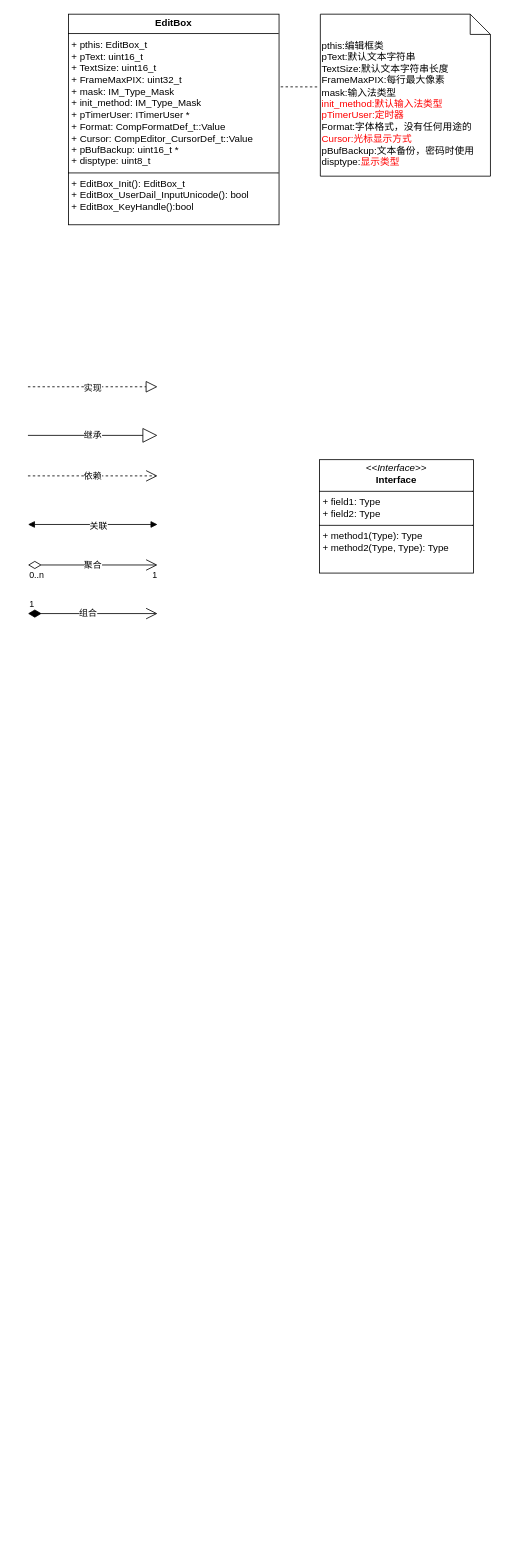
Above: 输入法.drawio in liyunhao2/technology (draw.io), before the change. Source tidied: cells renumbered, new cells numbered last; positions are measured from the earlier drawing's top-left corner, leaving out a move shared by most shapes. Both pictures are drawn from the tidied source at 81%, with x=0, y=0 at pixel (28, 14).
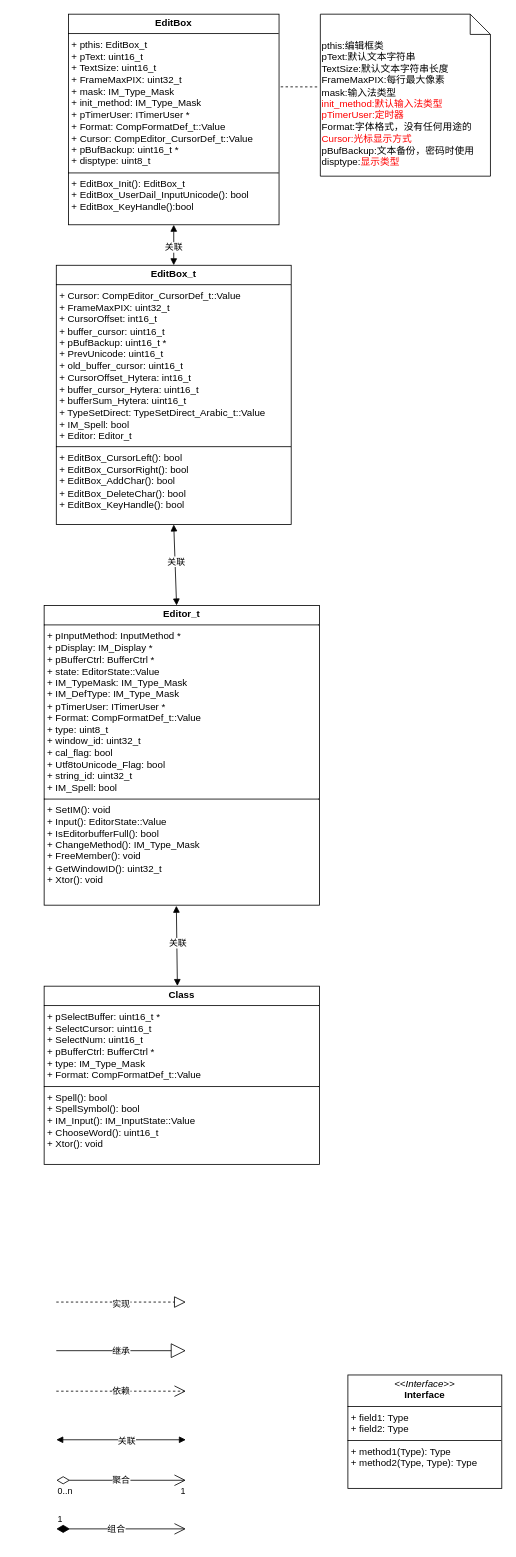
After the change.

Commit message (it also covers changes not shown here):
更新输入法.drawio

Unchanged cells that the change refers to:
```xml
<mxCell id="2" value="&lt;p style=&quot;margin:0px;margin-top:4px;text-align:center;&quot;&gt;&lt;b&gt;EditBox&lt;/b&gt;&lt;/p&gt;&lt;hr size=&quot;1&quot; style=&quot;border-style:solid;&quot;&gt;&lt;p style=&quot;margin:0px;margin-left:4px;&quot;&gt;+ pthis: EditBox_t&lt;/p&gt;&lt;p style=&quot;margin:0px;margin-left:4px;&quot;&gt;+&amp;nbsp;pText:&amp;nbsp;uint16_t&lt;/p&gt;&lt;p style=&quot;margin:0px;margin-left:4px;&quot;&gt;+ TextSize:&amp;nbsp;uint16_t&lt;/p&gt;&lt;p style=&quot;margin:0px;margin-left:4px;&quot;&gt;+ FrameMaxPIX:&amp;nbsp;uint32_t&lt;br&gt;&lt;/p&gt;&lt;p style=&quot;margin:0px;margin-left:4px;&quot;&gt;+ mask:&amp;nbsp;IM_Type_Mask&lt;br&gt;&lt;/p&gt;&lt;p style=&quot;margin:0px;margin-left:4px;&quot;&gt;+ init_method:&amp;nbsp;IM_Type_Mask&lt;br&gt;&lt;/p&gt;&lt;p style=&quot;margin:0px;margin-left:4px;&quot;&gt;+ pTimerUser:&amp;nbsp;ITimerUser *&lt;br&gt;&lt;/p&gt;&lt;p style=&quot;margin:0px;margin-left:4px;&quot;&gt;+ Format:&amp;nbsp;CompFormatDef_t::Value&lt;br&gt;&lt;/p&gt;&lt;p style=&quot;margin:0px;margin-left:4px;&quot;&gt;+ Cursor:&amp;nbsp;CompEditor_CursorDef_t::Value&lt;br&gt;&lt;/p&gt;&lt;p style=&quot;margin:0px;margin-left:4px;&quot;&gt;+ pBufBackup:&amp;nbsp;uint16_t *&lt;br&gt;&lt;/p&gt;&lt;p style=&quot;margin:0px;margin-left:4px;&quot;&gt;+ disptype:&amp;nbsp;uint8_t&lt;/p&gt;&lt;hr size=&quot;1&quot; style=&quot;border-style:solid;&quot;&gt;&lt;p style=&quot;margin:0px;margin-left:4px;&quot;&gt;+ EditBox_Init(): EditBox_t&lt;/p&gt;&lt;p style=&quot;margin:0px;margin-left:4px;&quot;&gt;+ EditBox_UserDail_InputUnicode(): bool&lt;/p&gt;&lt;p style=&quot;margin:0px;margin-left:4px;&quot;&gt;+ EditBox_KeyHandle():bool&lt;/p&gt;" style="verticalAlign=top;align=left;overflow=fill;html=1;whiteSpace=wrap;" parent="1" vertex="1">
  <mxGeometry x="50" width="260" height="260" as="geometry" />
</mxCell>
```

Change to the diagram source:
```diff
@@
     <mxCell id="3" value="&lt;p style=&quot;margin:0px;margin-top:4px;text-align:center;&quot;&gt;&lt;i&gt;&amp;lt;&amp;lt;Interface&amp;gt;&amp;gt;&lt;/i&gt;&lt;br/&gt;&lt;b&gt;Interface&lt;/b&gt;&lt;/p&gt;&lt;hr size=&quot;1&quot; style=&quot;border-style:solid;&quot;/&gt;&lt;p style=&quot;margin:0px;margin-left:4px;&quot;&gt;+ field1: Type&lt;br/&gt;+ field2: Type&lt;/p&gt;&lt;hr size=&quot;1&quot; style=&quot;border-style:solid;&quot;/&gt;&lt;p style=&quot;margin:0px;margin-left:4px;&quot;&gt;+ method1(Type): Type&lt;br/&gt;+ method2(Type, Type): Type&lt;/p&gt;" style="verticalAlign=top;align=left;overflow=fill;html=1;whiteSpace=wrap;" parent="1" vertex="1">
-      <mxGeometry x="360" y="550" width="190" height="140" as="geometry" />
+      <mxGeometry x="395" y="1680" width="190" height="140" as="geometry" />
     </mxCell>
     <mxCell id="4" style="endArrow=block;dashed=1;endFill=0;endSize=12;html=1;rounded=0;" parent="1" edge="1">
       <mxGeometry relative="1" as="geometry">
-        <mxPoint y="460" as="sourcePoint" />
-        <mxPoint x="160" y="460" as="targetPoint" />
+        <mxPoint x="35" y="1590" as="sourcePoint" />
+        <mxPoint x="195" y="1590" as="targetPoint" />
       </mxGeometry>
     </mxCell>
@@
     <mxCell id="6" value="继承" style="endArrow=block;endSize=16;endFill=0;html=1;rounded=0;" parent="1" edge="1">
       <mxGeometry relative="1" as="geometry">
-        <mxPoint y="520" as="sourcePoint" />
-        <mxPoint x="160" y="520" as="targetPoint" />
+        <mxPoint x="35" y="1650" as="sourcePoint" />
+        <mxPoint x="195" y="1650" as="targetPoint" />
       </mxGeometry>
     </mxCell>
     <mxCell id="7" value="依赖" style="endArrow=open;endSize=12;dashed=1;html=1;rounded=0;" parent="1" edge="1">
       <mxGeometry relative="1" as="geometry">
-        <mxPoint y="570" as="sourcePoint" />
-        <mxPoint x="160" y="570" as="targetPoint" />
+        <mxPoint x="35" y="1700" as="sourcePoint" />
+        <mxPoint x="195" y="1700" as="targetPoint" />
       </mxGeometry>
     </mxCell>
     <mxCell id="8" style="endArrow=block;startArrow=block;endFill=1;startFill=1;html=1;rounded=0;" parent="1" edge="1">
       <mxGeometry relative="1" as="geometry">
-        <mxPoint y="630" as="sourcePoint" />
-        <mxPoint x="160" y="630" as="targetPoint" />
+        <mxPoint x="35" y="1760" as="sourcePoint" />
+        <mxPoint x="195" y="1760" as="targetPoint" />
       </mxGeometry>
     </mxCell>
@@
     <mxCell id="10" value="1" style="endArrow=open;html=1;endSize=12;startArrow=diamondThin;startSize=14;startFill=1;edgeStyle=orthogonalEdgeStyle;align=left;verticalAlign=bottom;rounded=0;" parent="1" edge="1">
       <mxGeometry x="-1" y="3" relative="1" as="geometry">
-        <mxPoint y="740" as="sourcePoint" />
-        <mxPoint x="160" y="740" as="targetPoint" />
+        <mxPoint x="35" y="1870" as="sourcePoint" />
+        <mxPoint x="195" y="1870" as="targetPoint" />
       </mxGeometry>
     </mxCell>
@@
     <mxCell id="12" value="聚合" style="endArrow=open;html=1;endSize=12;startArrow=diamondThin;startSize=14;startFill=0;edgeStyle=orthogonalEdgeStyle;rounded=0;" parent="1" edge="1">
       <mxGeometry relative="1" as="geometry">
-        <mxPoint y="680" as="sourcePoint" />
-        <mxPoint x="160" y="680" as="targetPoint" />
+        <mxPoint x="35" y="1810" as="sourcePoint" />
+        <mxPoint x="195" y="1810" as="targetPoint" />
       </mxGeometry>
     </mxCell>
@@
+    <mxCell id="17" value="&lt;p style=&quot;margin:0px;margin-top:4px;text-align:center;&quot;&gt;&lt;b&gt;EditBox_t&lt;/b&gt;&lt;br&gt;&lt;/p&gt;&lt;hr size=&quot;1&quot; style=&quot;border-style:solid;&quot;&gt;&lt;p style=&quot;margin:0px;margin-left:4px;&quot;&gt;+ Cursor: CompEditor_CursorDef_t::Value&lt;/p&gt;&lt;p style=&quot;margin:0px;margin-left:4px;&quot;&gt;+ FrameMaxPIX: uint32_t&lt;br&gt;&lt;/p&gt;&lt;p style=&quot;margin:0px;margin-left:4px;&quot;&gt;+ CursorOffset: int16_t&lt;br&gt;&lt;/p&gt;&lt;p style=&quot;margin:0px;margin-left:4px;&quot;&gt;+ buffer_cursor: uint16_t&lt;br&gt;&lt;/p&gt;&lt;p style=&quot;margin:0px;margin-left:4px;&quot;&gt;+ pBufBackup: uint16_t *&lt;br&gt;&lt;/p&gt;&lt;p style=&quot;margin:0px;margin-left:4px;&quot;&gt;+ PrevUnicode: uint16_t&lt;br&gt;&lt;/p&gt;&lt;p style=&quot;margin:0px;margin-left:4px;&quot;&gt;+ old_buffer_cursor: uint16_t&lt;br&gt;&lt;/p&gt;&lt;p style=&quot;margin:0px;margin-left:4px;&quot;&gt;+ CursorOffset_Hytera: int16_t&lt;br&gt;&lt;/p&gt;&lt;p style=&quot;margin:0px;margin-left:4px;&quot;&gt;+ buffer_cursor_Hytera: uint16_t&lt;br&gt;&lt;/p&gt;&lt;p style=&quot;margin:0px;margin-left:4px;&quot;&gt;+ bufferSum_Hytera: uint16_t&lt;br&gt;&lt;/p&gt;&lt;p style=&quot;margin:0px;margin-left:4px;&quot;&gt;+ TypeSetDirect: TypeSetDirect_Arabic_t::Value&lt;br&gt;&lt;/p&gt;&lt;p style=&quot;margin:0px;margin-left:4px;&quot;&gt;+ IM_Spell: bool&lt;br&gt;&lt;/p&gt;&lt;p style=&quot;margin:0px;margin-left:4px;&quot;&gt;+ Editor: Editor_t&lt;br&gt;&lt;/p&gt;&lt;hr size=&quot;1&quot; style=&quot;border-style:solid;&quot;&gt;&lt;p style=&quot;margin:0px;margin-left:4px;&quot;&gt;+ EditBox_CursorLeft(): bool&lt;/p&gt;&lt;p style=&quot;margin:0px;margin-left:4px;&quot;&gt;+ EditBox_CursorRight(): bool&lt;br&gt;&lt;/p&gt;&lt;p style=&quot;margin:0px;margin-left:4px;&quot;&gt;+ EditBox_AddChar(): bool&lt;br&gt;&lt;/p&gt;&lt;p style=&quot;margin:0px;margin-left:4px;&quot;&gt;+ EditBox_DeleteChar(): bool&lt;br&gt;&lt;/p&gt;&lt;p style=&quot;margin:0px;margin-left:4px;&quot;&gt;+ EditBox_KeyHandle(): bool&lt;br&gt;&lt;/p&gt;" style="verticalAlign=top;align=left;overflow=fill;html=1;whiteSpace=wrap;" parent="1" vertex="1">
+      <mxGeometry x="35" y="310" width="290" height="320" as="geometry" />
+    </mxCell>
+    <mxCell id="18" style="endArrow=block;startArrow=block;endFill=1;startFill=1;html=1;rounded=0;exitX=0.5;exitY=1;exitDx=0;exitDy=0;entryX=0.5;entryY=0;entryDx=0;entryDy=0;" parent="1" edge="1" source="2" target="17">
+      <mxGeometry relative="1" as="geometry" />
+    </mxCell>
+    <mxCell id="19" value="关联" style="edgeLabel;html=1;align=center;verticalAlign=middle;" parent="18" vertex="1">
+      <mxGeometry x="0.07" y="-1" relative="1" as="geometry" />
+    </mxCell>
+    <mxCell id="20" value="&lt;p style=&quot;margin:0px;margin-top:4px;text-align:center;&quot;&gt;&lt;b&gt;Editor_t&lt;/b&gt;&lt;br&gt;&lt;/p&gt;&lt;hr size=&quot;1&quot; style=&quot;border-style:solid;&quot;&gt;&lt;p style=&quot;margin:0px;margin-left:4px;&quot;&gt;+ pInputMethod: InputMethod *&lt;/p&gt;&lt;p style=&quot;margin:0px;margin-left:4px;&quot;&gt;+ pDisplay: IM_Display *&lt;br&gt;&lt;/p&gt;&lt;p style=&quot;margin: 0px 0px 0px 4px;&quot;&gt;+ pBufferCtrl: BufferCtrl *&lt;/p&gt;&lt;p style=&quot;margin: 0px 0px 0px 4px;&quot;&gt;+ state: EditorState::Value&lt;/p&gt;&lt;p style=&quot;margin: 0px 0px 0px 4px;&quot;&gt;+ IM_TypeMask: IM_Type_Mask&lt;/p&gt;&lt;p style=&quot;margin: 0px 0px 0px 4px;&quot;&gt;+ IM_DefType: IM_Type_Mask&lt;/p&gt;&lt;p style=&quot;margin: 0px 0px 0px 4px;&quot;&gt;+ pTimerUser: ITimerUser *&lt;/p&gt;&lt;p style=&quot;margin: 0px 0px 0px 4px;&quot;&gt;+ Format: CompFormatDef_t::Value&lt;/p&gt;&lt;p style=&quot;margin: 0px 0px 0px 4px;&quot;&gt;+ type: uint8_t&lt;/p&gt;&lt;p style=&quot;margin: 0px 0px 0px 4px;&quot;&gt;+ window_id: uint32_t&lt;/p&gt;&lt;p style=&quot;margin: 0px 0px 0px 4px;&quot;&gt;+ cal_flag: bool&lt;/p&gt;&lt;p style=&quot;margin: 0px 0px 0px 4px;&quot;&gt;+ Utf8toUnicode_Flag: bool&lt;/p&gt;&lt;p style=&quot;margin: 0px 0px 0px 4px;&quot;&gt;+ string_id: uint32_t&lt;/p&gt;&lt;p style=&quot;margin: 0px 0px 0px 4px;&quot;&gt;+ IM_Spell: bool&lt;/p&gt;&lt;hr size=&quot;1&quot; style=&quot;border-style:solid;&quot;&gt;&lt;p style=&quot;margin:0px;margin-left:4px;&quot;&gt;+ SetIM(): void&lt;/p&gt;&lt;p style=&quot;margin:0px;margin-left:4px;&quot;&gt;+ Input(): EditorState::Value&lt;br&gt;&lt;/p&gt;&lt;p style=&quot;margin:0px;margin-left:4px;&quot;&gt;+ IsEditorbufferFull(): bool&lt;br&gt;&lt;/p&gt;&lt;p style=&quot;margin:0px;margin-left:4px;&quot;&gt;+ ChangeMethod(): IM_Type_Mask&lt;br&gt;&lt;/p&gt;&lt;p style=&quot;margin:0px;margin-left:4px;&quot;&gt;+ FreeMember(): void&lt;br&gt;&lt;/p&gt;&lt;p style=&quot;margin:0px;margin-left:4px;&quot;&gt;+ GetWindowID(): uint32_t&lt;br&gt;&lt;/p&gt;&lt;p style=&quot;margin:0px;margin-left:4px;&quot;&gt;+ Xtor(): void&lt;br&gt;&lt;/p&gt;" style="verticalAlign=top;align=left;overflow=fill;html=1;whiteSpace=wrap;" parent="1" vertex="1">
+      <mxGeometry x="20" y="730" width="340" height="370" as="geometry" />
+    </mxCell>
+    <mxCell id="21" value="&lt;p style=&quot;margin:0px;margin-top:4px;text-align:center;&quot;&gt;&lt;b&gt;Class&lt;/b&gt;&lt;/p&gt;&lt;hr size=&quot;1&quot; style=&quot;border-style:solid;&quot;&gt;&lt;p style=&quot;margin:0px;margin-left:4px;&quot;&gt;+ pSelectBuffer: uint16_t *&lt;/p&gt;&lt;p style=&quot;margin:0px;margin-left:4px;&quot;&gt;+ SelectCursor: uint16_t&lt;br&gt;&lt;/p&gt;&lt;p style=&quot;margin:0px;margin-left:4px;&quot;&gt;+ SelectNum: uint16_t&lt;br&gt;&lt;/p&gt;&lt;p style=&quot;margin:0px;margin-left:4px;&quot;&gt;+ pBufferCtrl: BufferCtrl *&lt;br&gt;&lt;/p&gt;&lt;p style=&quot;margin:0px;margin-left:4px;&quot;&gt;+ type: IM_Type_Mask&lt;br&gt;&lt;/p&gt;&lt;p style=&quot;margin:0px;margin-left:4px;&quot;&gt;+ Format: CompFormatDef_t::Value&lt;br&gt;&lt;/p&gt;&lt;hr size=&quot;1&quot; style=&quot;border-style:solid;&quot;&gt;&lt;p style=&quot;margin:0px;margin-left:4px;&quot;&gt;+ Spell(): bool&lt;/p&gt;&lt;p style=&quot;margin:0px;margin-left:4px;&quot;&gt;+ SpellSymbol(): bool&lt;br&gt;&lt;/p&gt;&lt;p style=&quot;margin:0px;margin-left:4px;&quot;&gt;+ IM_Input(): IM_InputState::Value&lt;br&gt;&lt;/p&gt;&lt;p style=&quot;margin:0px;margin-left:4px;&quot;&gt;+ ChooseWord(): uint16_t&lt;br&gt;&lt;/p&gt;&lt;p style=&quot;margin:0px;margin-left:4px;&quot;&gt;+ Xtor(): void&lt;br&gt;&lt;/p&gt;&lt;p style=&quot;margin:0px;margin-left:4px;&quot;&gt;&lt;br&gt;&lt;/p&gt;" style="verticalAlign=top;align=left;overflow=fill;html=1;whiteSpace=wrap;" parent="1" vertex="1">
+      <mxGeometry x="20" y="1200" width="340" height="220" as="geometry" />
+    </mxCell>
+    <mxCell id="22" style="endArrow=block;startArrow=block;endFill=1;startFill=1;html=1;rounded=0;entryX=0.5;entryY=1;entryDx=0;entryDy=0;" parent="1" edge="1" source="20" target="17">
+      <mxGeometry relative="1" as="geometry" />
+    </mxCell>
+    <mxCell id="23" value="关联" style="edgeLabel;html=1;align=center;verticalAlign=middle;" parent="22" vertex="1">
+      <mxGeometry x="0.07" y="-1" relative="1" as="geometry" />
+    </mxCell>
+    <mxCell id="24" style="endArrow=block;startArrow=block;endFill=1;startFill=1;html=1;rounded=0;entryX=0.48;entryY=1.002;entryDx=0;entryDy=0;exitX=0.478;exitY=-0.001;exitDx=0;exitDy=0;exitPerimeter=0;entryPerimeter=0;" parent="1" edge="1" target="20">
+      <mxGeometry relative="1" as="geometry">
+        <mxPoint x="184.5" y="1199.8" as="sourcePoint" />
+      </mxGeometry>
+    </mxCell>
+    <mxCell id="25" value="关联" style="edgeLabel;html=1;align=center;verticalAlign=middle;" parent="24" vertex="1">
+      <mxGeometry x="0.07" y="-1" relative="1" as="geometry" />
+    </mxCell>
```
